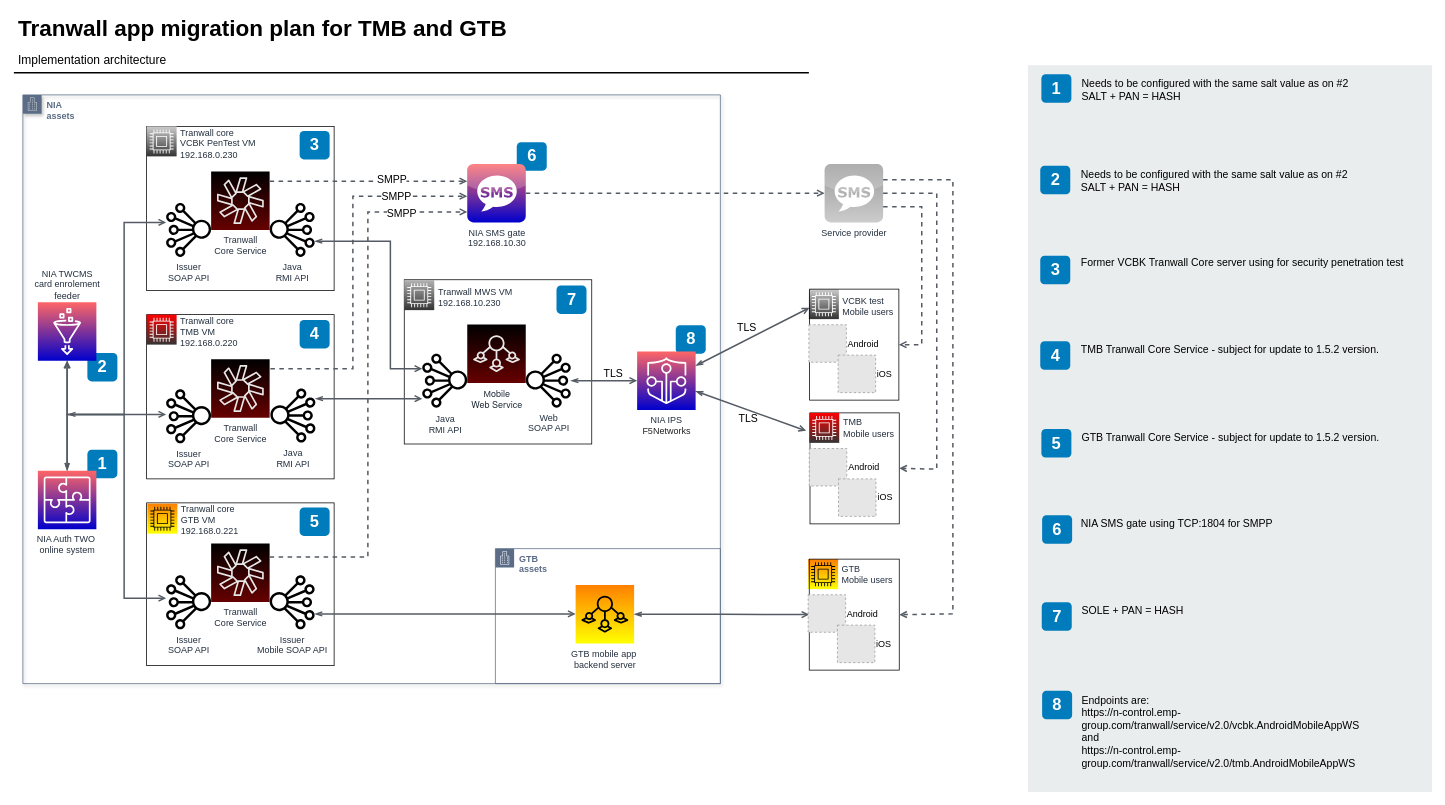
Above: Tranwall app migration plan.drawio in 7ak/draw.io (draw.io), before the change. Source tidied: cells renumbered, new cells numbered last; positions are measured from the earlier drawing's top-left corner, leaving out a move shared by most shapes. Both pictures are drawn from the tidied source at 75%, with x=0, y=0 at pixel (14, 13). Pictures stored in the file or linked from it are replaced by grey dashed boxes.
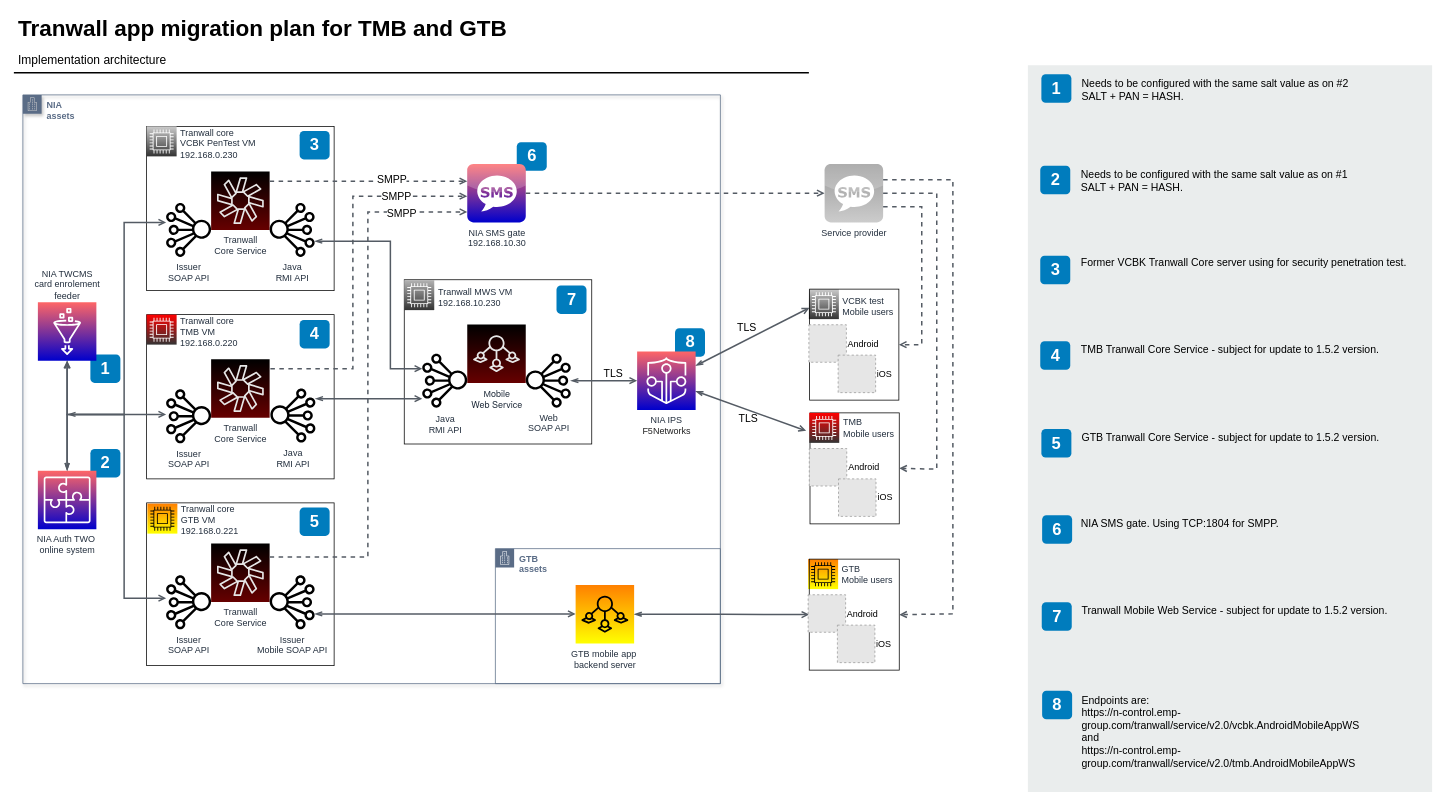
The same page after the edit.

Change to the diagram source:
```diff
@@
     <mxCell id="3" value="8" style="rounded=1;whiteSpace=wrap;html=1;fillColor=#007CBD;strokeColor=none;fontColor=#FFFFFF;fontStyle=1;fontSize=22;" parent="1" vertex="1">
-      <mxGeometry x="882.5" y="416" width="40" height="38" as="geometry" />
+      <mxGeometry x="881.5" y="420" width="40" height="38" as="geometry" />
     </mxCell>
@@
     <mxCell id="5" value="1" style="rounded=1;whiteSpace=wrap;html=1;fillColor=#007CBD;strokeColor=none;fontColor=#FFFFFF;fontStyle=1;fontSize=22;" parent="1" vertex="1">
-      <mxGeometry x="98" y="582" width="40" height="38" as="geometry" />
+      <mxGeometry x="102" y="455" width="40" height="38" as="geometry" />
     </mxCell>
@@
-    <mxCell id="29" value="Needs to be configured with the same salt value as on #2&lt;br&gt;SALT + PAN = HASH" style="text;html=1;align=left;verticalAlign=top;spacingTop=-4;fontSize=14;labelBackgroundColor=none;whiteSpace=wrap;" parent="1" vertex="1">
+    <mxCell id="29" value="Needs to be configured with the same salt value as on #2&lt;br&gt;SALT + PAN = HASH." style="text;html=1;align=left;verticalAlign=top;spacingTop=-4;fontSize=14;labelBackgroundColor=none;whiteSpace=wrap;" parent="1" vertex="1">
       <mxGeometry x="1421.5" y="83" width="449" height="118" as="geometry" />
     </mxCell>
-    <mxCell id="30" value="Needs to be configured with the same salt value as on #2&lt;br&gt;SALT + PAN = HASH" style="text;html=1;align=left;verticalAlign=top;spacingTop=-4;fontSize=14;labelBackgroundColor=none;whiteSpace=wrap;" parent="1" vertex="1">
+    <mxCell id="30" value="Needs to be configured with the same salt value as on #1&lt;br&gt;SALT + PAN = HASH." style="text;html=1;align=left;verticalAlign=top;spacingTop=-4;fontSize=14;labelBackgroundColor=none;whiteSpace=wrap;" parent="1" vertex="1">
       <mxGeometry x="1420.5" y="204" width="450" height="115" as="geometry" />
     </mxCell>
-    <mxCell id="31" value="Former VCBK Tranwall Core server using for security penetration test" style="text;html=1;align=left;verticalAlign=top;spacingTop=-4;fontSize=14;labelBackgroundColor=none;whiteSpace=wrap;" parent="1" vertex="1">
+    <mxCell id="31" value="Former VCBK Tranwall Core server using for security penetration test." style="text;html=1;align=left;verticalAlign=top;spacingTop=-4;fontSize=14;labelBackgroundColor=none;whiteSpace=wrap;" parent="1" vertex="1">
       <mxGeometry x="1420.5" y="322" width="450" height="117" as="geometry" />
     </mxCell>
@@
-    <mxCell id="34" value="&lt;span&gt;SOLE + PAN = HASH&lt;/span&gt;" style="text;html=1;align=left;verticalAlign=top;spacingTop=-4;fontSize=14;labelBackgroundColor=none;whiteSpace=wrap;" parent="1" vertex="1">
+    <mxCell id="34" value="Tranwall Mobile Web Service - subject for update to 1.5.2 version." style="text;html=1;align=left;verticalAlign=top;spacingTop=-4;fontSize=14;labelBackgroundColor=none;whiteSpace=wrap;" parent="1" vertex="1">
       <mxGeometry x="1421.5" y="786" width="449" height="113" as="geometry" />
     </mxCell>
@@
     <mxCell id="38" value="2" style="rounded=1;whiteSpace=wrap;html=1;fillColor=#007CBD;strokeColor=none;fontColor=#FFFFFF;fontStyle=1;fontSize=22;" parent="1" vertex="1">
-      <mxGeometry x="98" y="453" width="40" height="38" as="geometry" />
+      <mxGeometry x="102" y="581" width="40" height="38" as="geometry" />
     </mxCell>
@@
-    <mxCell id="98" value="NIA SMS gate using TCP:1804 for SMPP&amp;nbsp;" style="text;html=1;align=left;verticalAlign=top;spacingTop=-4;fontSize=14;labelBackgroundColor=none;whiteSpace=wrap;" parent="1" vertex="1">
+    <mxCell id="98" value="NIA SMS gate. Using TCP:1804 for SMPP.&amp;nbsp;" style="text;html=1;align=left;verticalAlign=top;spacingTop=-4;fontSize=14;labelBackgroundColor=none;whiteSpace=wrap;" parent="1" vertex="1">
       <mxGeometry x="1420.5" y="669" width="449" height="114" as="geometry" />
     </mxCell>
```
